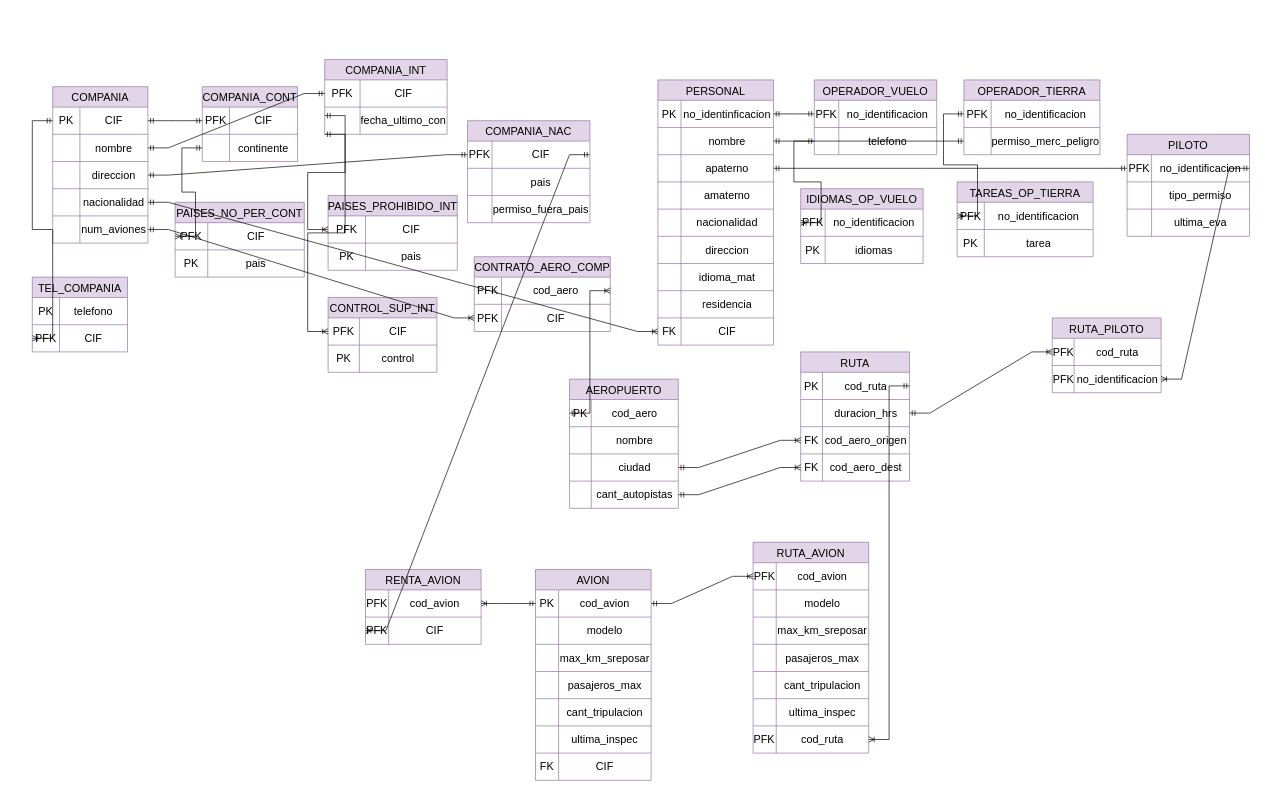
Earlier version of the draw.io diagram Modelo Relacion Aeropuerto TBD.drawio (misiomishi/itcj). Source tidied: cells renumbered, new cells numbered last; positions are measured from the earlier drawing's top-left corner, leaving out a move shared by most shapes. Both pictures are drawn from the tidied source at 68%, with x=0, y=0 at pixel (32, 59).
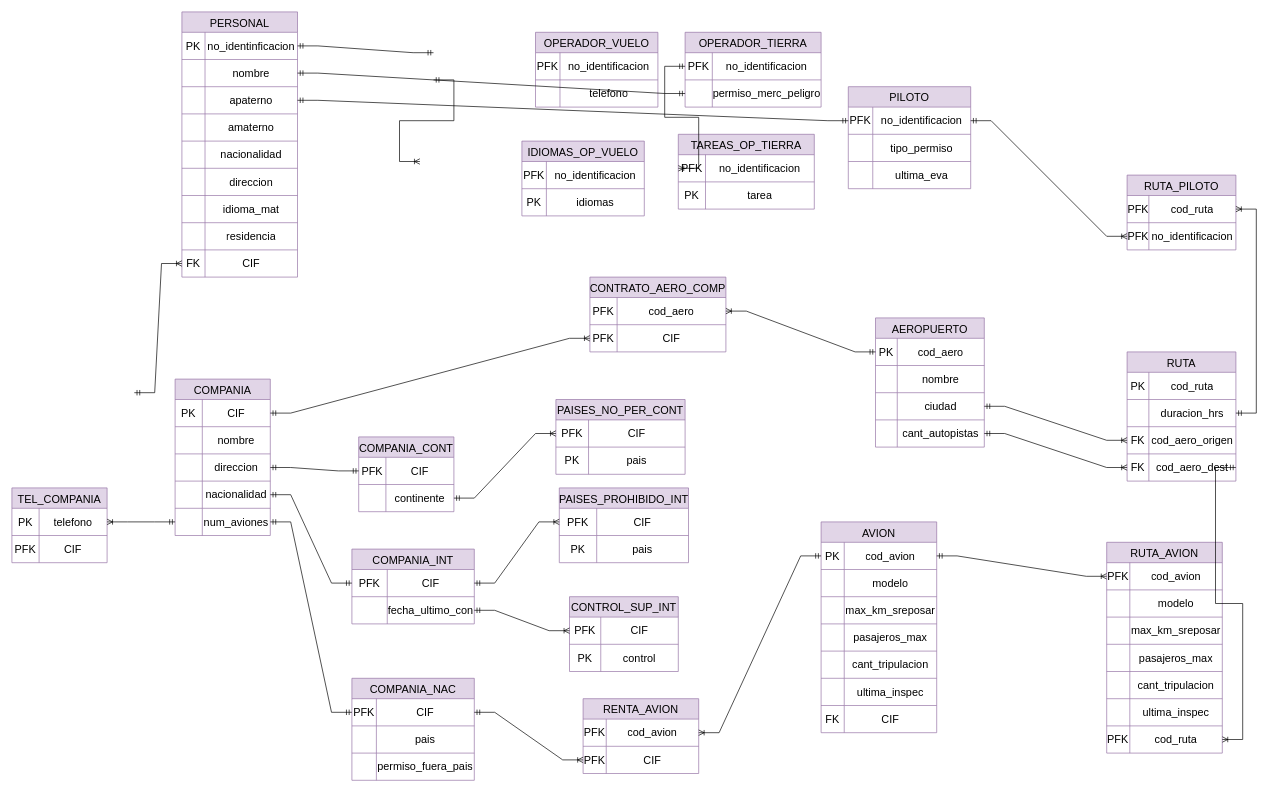
After the change.

The change refers to these unchanged cells:
```xml
<mxCell id="3" style="shape=tableRow;horizontal=0;startSize=0;swimlaneHead=0;swimlaneBody=0;strokeColor=inherit;top=0;left=0;bottom=0;right=0;fillColor=none;points=[[0,0.5],[1,0.5]];portConstraint=eastwest;fontSize=16;" parent="2" vertex="1">
<mxCell id="6" style="shape=tableRow;horizontal=0;startSize=0;swimlaneHead=0;swimlaneBody=0;strokeColor=inherit;top=0;left=0;bottom=0;right=0;fillColor=none;points=[[0,0.5],[1,0.5]];portConstraint=eastwest;fontSize=16;" parent="2" vertex="1">
<mxCell id="9" style="shape=tableRow;horizontal=0;startSize=0;swimlaneHead=0;swimlaneBody=0;strokeColor=inherit;top=0;left=0;bottom=0;right=0;fillColor=none;points=[[0,0.5],[1,0.5]];portConstraint=eastwest;fontSize=16;" parent="2" vertex="1">
<mxCell id="12" style="shape=tableRow;horizontal=0;startSize=0;swimlaneHead=0;swimlaneBody=0;strokeColor=inherit;top=0;left=0;bottom=0;right=0;fillColor=none;points=[[0,0.5],[1,0.5]];portConstraint=eastwest;fontSize=16;" parent="2" vertex="1">
<mxCell id="15" style="shape=tableRow;horizontal=0;startSize=0;swimlaneHead=0;swimlaneBody=0;strokeColor=inherit;top=0;left=0;bottom=0;right=0;fillColor=none;points=[[0,0.5],[1,0.5]];portConstraint=eastwest;fontSize=16;" parent="2" vertex="1">
<mxCell id="19" style="shape=tableRow;horizontal=0;startSize=0;swimlaneHead=0;swimlaneBody=0;strokeColor=inherit;top=0;left=0;bottom=0;right=0;fillColor=none;points=[[0,0.5],[1,0.5]];portConstraint=eastwest;fontSize=16;" parent="18" vertex="1">
<mxCell id="22" style="shape=tableRow;horizontal=0;startSize=0;swimlaneHead=0;swimlaneBody=0;strokeColor=inherit;top=0;left=0;bottom=0;right=0;fillColor=none;points=[[0,0.5],[1,0.5]];portConstraint=eastwest;fontSize=16;" parent="18" vertex="1">
<mxCell id="26" style="shape=tableRow;horizontal=0;startSize=0;swimlaneHead=0;swimlaneBody=0;strokeColor=inherit;top=0;left=0;bottom=0;right=0;fillColor=none;points=[[0,0.5],[1,0.5]];portConstraint=eastwest;fontSize=16;" parent="25" vertex="1">
<mxCell id="29" style="shape=tableRow;horizontal=0;startSize=0;swimlaneHead=0;swimlaneBody=0;strokeColor=inherit;top=0;left=0;bottom=0;right=0;fillColor=none;points=[[0,0.5],[1,0.5]];portConstraint=eastwest;fontSize=16;" parent="25" vertex="1">
<mxCell id="33" style="shape=tableRow;horizontal=0;startSize=0;swimlaneHead=0;swimlaneBody=0;strokeColor=inherit;top=0;left=0;bottom=0;right=0;fillColor=none;points=[[0,0.5],[1,0.5]];portConstraint=eastwest;fontSize=16;" parent="32" vertex="1">
<mxCell id="40" style="shape=tableRow;horizontal=0;startSize=0;swimlaneHead=0;swimlaneBody=0;strokeColor=inherit;top=0;left=0;bottom=0;right=0;fillColor=none;points=[[0,0.5],[1,0.5]];portConstraint=eastwest;fontSize=16;" parent="39" vertex="1">
<mxCell id="43" style="shape=tableRow;horizontal=0;startSize=0;swimlaneHead=0;swimlaneBody=0;strokeColor=inherit;top=0;left=0;bottom=0;right=0;fillColor=none;points=[[0,0.5],[1,0.5]];portConstraint=eastwest;fontSize=16;" parent="39" vertex="1">
<mxCell id="47" style="shape=tableRow;horizontal=0;startSize=0;swimlaneHead=0;swimlaneBody=0;strokeColor=inherit;top=0;left=0;bottom=0;right=0;fillColor=none;points=[[0,0.5],[1,0.5]];portConstraint=eastwest;fontSize=16;" parent="46" vertex="1">
<mxCell id="54" style="shape=tableRow;horizontal=0;startSize=0;swimlaneHead=0;swimlaneBody=0;strokeColor=inherit;top=0;left=0;bottom=0;right=0;fillColor=none;points=[[0,0.5],[1,0.5]];portConstraint=eastwest;fontSize=16;" parent="53" vertex="1">
<mxCell id="61" style="shape=tableRow;horizontal=0;startSize=0;swimlaneHead=0;swimlaneBody=0;strokeColor=inherit;top=0;left=0;bottom=0;right=0;fillColor=none;points=[[0,0.5],[1,0.5]];portConstraint=eastwest;fontSize=16;" parent="60" vertex="1">
<mxCell id="71" style="shape=tableRow;horizontal=0;startSize=0;swimlaneHead=0;swimlaneBody=0;strokeColor=inherit;top=0;left=0;bottom=0;right=0;fillColor=none;points=[[0,0.5],[1,0.5]];portConstraint=eastwest;fontSize=16;" parent="70" vertex="1">
<mxCell id="95" style="shape=tableRow;horizontal=0;startSize=0;swimlaneHead=0;swimlaneBody=0;strokeColor=inherit;top=0;left=0;bottom=0;right=0;fillColor=none;points=[[0,0.5],[1,0.5]];portConstraint=eastwest;fontSize=16;" parent="70" vertex="1">
<mxCell id="99" style="shape=tableRow;horizontal=0;startSize=0;swimlaneHead=0;swimlaneBody=0;strokeColor=inherit;top=0;left=0;bottom=0;right=0;fillColor=none;points=[[0,0.5],[1,0.5]];portConstraint=eastwest;fontSize=16;" parent="98" vertex="1">
<mxCell id="102" style="shape=tableRow;horizontal=0;startSize=0;swimlaneHead=0;swimlaneBody=0;strokeColor=inherit;top=0;left=0;bottom=0;right=0;fillColor=none;points=[[0,0.5],[1,0.5]];portConstraint=eastwest;fontSize=16;" parent="98" vertex="1">
<mxCell id="106" style="shape=tableRow;horizontal=0;startSize=0;swimlaneHead=0;swimlaneBody=0;strokeColor=inherit;top=0;left=0;bottom=0;right=0;fillColor=none;points=[[0,0.5],[1,0.5]];portConstraint=eastwest;fontSize=16;" parent="105" vertex="1">
<mxCell id="127" style="shape=tableRow;horizontal=0;startSize=0;swimlaneHead=0;swimlaneBody=0;strokeColor=inherit;top=0;left=0;bottom=0;right=0;fillColor=none;points=[[0,0.5],[1,0.5]];portConstraint=eastwest;fontSize=16;" parent="126" vertex="1">
<mxCell id="172" style="shape=tableRow;horizontal=0;startSize=0;swimlaneHead=0;swimlaneBody=0;strokeColor=inherit;top=0;left=0;bottom=0;right=0;fillColor=none;points=[[0,0.5],[1,0.5]];portConstraint=eastwest;fontSize=16;" parent="171" vertex="1">
<mxCell id="175" style="shape=tableRow;horizontal=0;startSize=0;swimlaneHead=0;swimlaneBody=0;strokeColor=inherit;top=0;left=0;bottom=0;right=0;fillColor=none;points=[[0,0.5],[1,0.5]];portConstraint=eastwest;fontSize=16;" parent="171" vertex="1">
<mxCell id="181" style="shape=tableRow;horizontal=0;startSize=0;swimlaneHead=0;swimlaneBody=0;strokeColor=inherit;top=0;left=0;bottom=0;right=0;fillColor=none;points=[[0,0.5],[1,0.5]];portConstraint=eastwest;fontSize=16;" parent="171" vertex="1">
<mxCell id="200" style="shape=tableRow;horizontal=0;startSize=0;swimlaneHead=0;swimlaneBody=0;strokeColor=inherit;top=0;left=0;bottom=0;right=0;fillColor=none;points=[[0,0.5],[1,0.5]];portConstraint=eastwest;fontSize=16;" parent="196" vertex="1">
<mxCell id="231" style="shape=tableRow;horizontal=0;startSize=0;swimlaneHead=0;swimlaneBody=0;strokeColor=inherit;top=0;left=0;bottom=0;right=0;fillColor=none;points=[[0,0.5],[1,0.5]];portConstraint=eastwest;fontSize=16;" parent="212" vertex="1">
<mxCell id="235" style="shape=tableRow;horizontal=0;startSize=0;swimlaneHead=0;swimlaneBody=0;strokeColor=inherit;top=0;left=0;bottom=0;right=0;fillColor=none;points=[[0,0.5],[1,0.5]];portConstraint=eastwest;fontSize=16;" parent="234" vertex="1">
<mxCell id="238" style="shape=tableRow;horizontal=0;startSize=0;swimlaneHead=0;swimlaneBody=0;strokeColor=inherit;top=0;left=0;bottom=0;right=0;fillColor=none;points=[[0,0.5],[1,0.5]];portConstraint=eastwest;fontSize=16;" parent="234" vertex="1">
```

Change to the diagram source:
```diff
@@
     <mxCell id="2" value="COMPANIA" style="shape=table;startSize=30;childLayout=tableLayout;strokeColor=#9673a6;fontSize=16;fillColor=#e1d5e7;" parent="1" vertex="1">
-      <mxGeometry x="30" y="40" width="140" height="230" as="geometry" />
+      <mxGeometry x="210" y="470" width="140" height="230" as="geometry" />
     </mxCell>
@@
     <mxCell id="18" value="TEL_COMPANIA" style="shape=table;startSize=30;childLayout=tableLayout;strokeColor=#9673a6;fontSize=16;fillColor=#e1d5e7;" parent="1" vertex="1">
-      <mxGeometry y="320" width="140" height="110" as="geometry" />
+      <mxGeometry x="-30" y="630" width="140" height="110" as="geometry" />
     </mxCell>
@@
     <mxCell id="25" value="COMPANIA_CONT" style="shape=table;startSize=30;childLayout=tableLayout;strokeColor=#9673a6;fontSize=16;fillColor=#e1d5e7;" parent="1" vertex="1">
-      <mxGeometry x="250" y="40" width="140" height="110" as="geometry" />
+      <mxGeometry x="480" y="555" width="140" height="110" as="geometry" />
     </mxCell>
@@
     <mxCell id="32" value="PAISES_NO_PER_CONT" style="shape=table;startSize=30;childLayout=tableLayout;strokeColor=#9673a6;fontSize=16;fillColor=#e1d5e7;" parent="1" vertex="1">
-      <mxGeometry x="210" y="210" width="190" height="110" as="geometry" />
+      <mxGeometry x="770" y="500" width="190" height="110" as="geometry" />
     </mxCell>
@@
     <mxCell id="39" value="COMPANIA_INT" style="shape=table;startSize=30;childLayout=tableLayout;strokeColor=#9673a6;fontSize=16;fillColor=#e1d5e7;" parent="1" vertex="1">
-      <mxGeometry x="430" width="180" height="110" as="geometry" />
+      <mxGeometry x="470" y="720" width="180" height="110" as="geometry" />
     </mxCell>
@@
     <mxCell id="46" value="PAISES_PROHIBIDO_INT" style="shape=table;startSize=30;childLayout=tableLayout;strokeColor=#9673a6;fontSize=16;fillColor=#e1d5e7;" parent="1" vertex="1">
-      <mxGeometry x="435" y="200" width="190" height="110" as="geometry" />
+      <mxGeometry x="775" y="630" width="190" height="110" as="geometry" />
     </mxCell>
@@
     <mxCell id="53" value="CONTROL_SUP_INT" style="shape=table;startSize=30;childLayout=tableLayout;strokeColor=#9673a6;fontSize=16;fillColor=#e1d5e7;" parent="1" vertex="1">
-      <mxGeometry x="435" y="350" width="160" height="110" as="geometry" />
+      <mxGeometry x="790" y="790" width="160" height="110" as="geometry" />
     </mxCell>
@@
     <mxCell id="60" value="COMPANIA_NAC" style="shape=table;startSize=30;childLayout=tableLayout;strokeColor=#9673a6;fontSize=16;fillColor=#e1d5e7;" parent="1" vertex="1">
-      <mxGeometry x="640" y="90" width="180" height="150" as="geometry" />
+      <mxGeometry x="470" y="910" width="180" height="150" as="geometry" />
     </mxCell>
@@
     <mxCell id="70" value="PERSONAL" style="shape=table;startSize=30;childLayout=tableLayout;strokeColor=#9673a6;fontSize=16;fillColor=#e1d5e7;" parent="1" vertex="1">
-      <mxGeometry x="920" y="30" width="170" height="390" as="geometry" />
+      <mxGeometry x="220" y="-70" width="170" height="390" as="geometry" />
     </mxCell>
@@
     <mxCell id="98" value="OPERADOR_VUELO" style="shape=table;startSize=30;childLayout=tableLayout;strokeColor=#9673a6;fontSize=16;fillColor=#e1d5e7;" parent="1" vertex="1">
-      <mxGeometry x="1150" y="30" width="180" height="110" as="geometry" />
+      <mxGeometry x="740" y="-40" width="180" height="110" as="geometry" />
     </mxCell>
@@
     <mxCell id="105" value="IDIOMAS_OP_VUELO" style="shape=table;startSize=30;childLayout=tableLayout;strokeColor=#9673a6;fontSize=16;fillColor=#e1d5e7;" parent="1" vertex="1">
-      <mxGeometry x="1130" y="190" width="180" height="110" as="geometry" />
+      <mxGeometry x="720" y="120" width="180" height="110" as="geometry" />
     </mxCell>
@@
     <mxCell id="112" value="OPERADOR_TIERRA" style="shape=table;startSize=30;childLayout=tableLayout;strokeColor=#9673a6;fontSize=16;fillColor=#e1d5e7;" parent="1" vertex="1">
-      <mxGeometry x="1370" y="30" width="200" height="110" as="geometry" />
+      <mxGeometry x="960" y="-40" width="200" height="110" as="geometry" />
     </mxCell>
@@
     <mxCell id="119" value="TAREAS_OP_TIERRA" style="shape=table;startSize=30;childLayout=tableLayout;strokeColor=#9673a6;fontSize=16;fillColor=#e1d5e7;" parent="1" vertex="1">
-      <mxGeometry x="1360" y="180" width="200" height="110" as="geometry" />
+      <mxGeometry x="950" y="110" width="200" height="110" as="geometry" />
     </mxCell>
@@
     <mxCell id="126" value="PILOTO" style="shape=table;startSize=30;childLayout=tableLayout;strokeColor=#9673a6;fontSize=16;fillColor=#e1d5e7;" parent="1" vertex="1">
-      <mxGeometry x="1610" y="110" width="180" height="150" as="geometry" />
+      <mxGeometry x="1200" y="40" width="180" height="150" as="geometry" />
     </mxCell>
@@
     <mxCell id="136" value="AEROPUERTO" style="shape=table;startSize=30;childLayout=tableLayout;strokeColor=#9673a6;fontSize=16;fillColor=#e1d5e7;" parent="1" vertex="1">
-      <mxGeometry x="790" y="470" width="160" height="190" as="geometry" />
+      <mxGeometry x="1240" y="380" width="160" height="190" as="geometry" />
     </mxCell>
@@
     <mxCell id="149" value="AVION" style="shape=table;startSize=30;childLayout=tableLayout;strokeColor=#9673a6;fontSize=16;fillColor=#e1d5e7;" parent="1" vertex="1">
-      <mxGeometry x="740" y="750" width="170" height="310" as="geometry" />
+      <mxGeometry x="1160" y="680" width="170" height="310" as="geometry" />
     </mxCell>
@@
     <mxCell id="171" value="RUTA" style="shape=table;startSize=30;childLayout=tableLayout;strokeColor=#9673a6;fontSize=16;fillColor=#e1d5e7;" parent="1" vertex="1">
-      <mxGeometry x="1130" y="430" width="160" height="190" as="geometry" />
+      <mxGeometry x="1610" y="430" width="160" height="190" as="geometry" />
     </mxCell>
@@
-    <mxCell id="184" style="edgeStyle=entityRelationEdgeStyle;fontSize=12;html=1;endArrow=ERoneToMany;startArrow=ERmandOne;rounded=0;exitX=0;exitY=0.5;exitDx=0;exitDy=0;entryX=0;entryY=0.5;entryDx=0;entryDy=0;" parent="1" edge="1" source="3" target="22">
-      <mxGeometry relative="1" as="geometry" />
-    </mxCell>
-    <mxCell id="185" style="edgeStyle=entityRelationEdgeStyle;fontSize=12;html=1;endArrow=ERmandOne;startArrow=ERmandOne;rounded=0;exitX=1;exitY=0.5;exitDx=0;exitDy=0;entryX=0;entryY=0.5;entryDx=0;entryDy=0;" parent="1" edge="1" source="3" target="26">
+    <mxCell id="185" style="edgeStyle=entityRelationEdgeStyle;fontSize=12;html=1;endArrow=ERmandOne;startArrow=ERmandOne;rounded=0;exitX=1;exitY=0.5;exitDx=0;exitDy=0;entryX=0;entryY=0.5;entryDx=0;entryDy=0;" parent="1" edge="1" source="9" target="26">
       <mxGeometry relative="1" as="geometry" />
     </mxCell>
-    <mxCell id="186" style="edgeStyle=entityRelationEdgeStyle;fontSize=12;html=1;endArrow=ERoneToMany;startArrow=ERmandOne;rounded=0;exitX=0;exitY=0.5;exitDx=0;exitDy=0;entryX=0;entryY=0.5;entryDx=0;entryDy=0;" parent="1" edge="1" source="29" target="33">
+    <mxCell id="186" style="edgeStyle=entityRelationEdgeStyle;fontSize=12;html=1;endArrow=ERoneToMany;startArrow=ERmandOne;rounded=0;exitX=1;exitY=0.5;exitDx=0;exitDy=0;entryX=0;entryY=0.5;entryDx=0;entryDy=0;" parent="1" edge="1" source="29" target="33">
       <mxGeometry relative="1" as="geometry" />
     </mxCell>
-    <mxCell id="187" style="edgeStyle=entityRelationEdgeStyle;fontSize=12;html=1;endArrow=ERmandOne;startArrow=ERmandOne;rounded=0;exitX=1;exitY=0.5;exitDx=0;exitDy=0;entryX=0;entryY=0.5;entryDx=0;entryDy=0;" parent="1" edge="1" source="6" target="40">
+    <mxCell id="187" style="edgeStyle=entityRelationEdgeStyle;fontSize=12;html=1;endArrow=ERmandOne;startArrow=ERmandOne;rounded=0;exitX=1;exitY=0.5;exitDx=0;exitDy=0;entryX=0;entryY=0.5;entryDx=0;entryDy=0;" parent="1" edge="1" source="12" target="40">
       <mxGeometry relative="1" as="geometry" />
     </mxCell>
-    <mxCell id="188" style="edgeStyle=entityRelationEdgeStyle;fontSize=12;html=1;endArrow=ERoneToMany;startArrow=ERmandOne;rounded=0;exitX=0;exitY=0.75;exitDx=0;exitDy=0;entryX=0;entryY=0.5;entryDx=0;entryDy=0;" parent="1" edge="1" source="39" target="47">
+    <mxCell id="188" style="edgeStyle=entityRelationEdgeStyle;fontSize=12;html=1;endArrow=ERoneToMany;startArrow=ERmandOne;rounded=0;exitX=1;exitY=0.5;exitDx=0;exitDy=0;entryX=0;entryY=0.5;entryDx=0;entryDy=0;" parent="1" edge="1" source="40" target="47">
       <mxGeometry relative="1" as="geometry" />
     </mxCell>
-    <mxCell id="189" style="edgeStyle=entityRelationEdgeStyle;fontSize=12;html=1;endArrow=ERoneToMany;startArrow=ERmandOne;rounded=0;exitX=0;exitY=1;exitDx=0;exitDy=0;entryX=0;entryY=0.5;entryDx=0;entryDy=0;" parent="1" edge="1" source="39" target="54">
+    <mxCell id="189" style="edgeStyle=entityRelationEdgeStyle;fontSize=12;html=1;endArrow=ERoneToMany;startArrow=ERmandOne;rounded=0;exitX=1;exitY=0.5;exitDx=0;exitDy=0;entryX=0;entryY=0.5;entryDx=0;entryDy=0;" parent="1" edge="1" source="43" target="54">
       <mxGeometry relative="1" as="geometry" />
     </mxCell>
-    <mxCell id="190" style="edgeStyle=entityRelationEdgeStyle;fontSize=12;html=1;endArrow=ERmandOne;startArrow=ERmandOne;rounded=0;entryX=0;entryY=0.5;entryDx=0;entryDy=0;exitX=1;exitY=0.5;exitDx=0;exitDy=0;" parent="1" edge="1" source="9" target="61">
+    <mxCell id="190" style="edgeStyle=entityRelationEdgeStyle;fontSize=12;html=1;endArrow=ERmandOne;startArrow=ERmandOne;rounded=0;entryX=0;entryY=0.5;entryDx=0;entryDy=0;exitX=1;exitY=0.5;exitDx=0;exitDy=0;" parent="1" edge="1" source="15" target="61">
       <mxGeometry relative="1" as="geometry" />
     </mxCell>
-    <mxCell id="191" style="edgeStyle=entityRelationEdgeStyle;fontSize=12;html=1;endArrow=ERmandOne;startArrow=ERmandOne;rounded=0;exitX=1;exitY=0.5;exitDx=0;exitDy=0;entryX=0;entryY=0.5;entryDx=0;entryDy=0;" parent="1" edge="1" source="71" target="99">
-      <mxGeometry relative="1" as="geometry" />
+    <mxCell id="191" style="edgeStyle=entityRelationEdgeStyle;fontSize=12;html=1;endArrow=ERmandOne;startArrow=ERmandOne;rounded=0;exitX=1;exitY=0.5;exitDx=0;exitDy=0;entryX=0;entryY=0.5;entryDx=0;entryDy=0;" parent="1" edge="1" source="71">
+      <mxGeometry relative="1" as="geometry">
+        <mxPoint x="590" y="-10" as="targetPoint" />
+      </mxGeometry>
     </mxCell>
-    <mxCell id="192" style="edgeStyle=entityRelationEdgeStyle;fontSize=12;html=1;endArrow=ERoneToMany;startArrow=ERmandOne;rounded=0;exitX=0;exitY=0.5;exitDx=0;exitDy=0;entryX=0;entryY=0.5;entryDx=0;entryDy=0;" parent="1" edge="1" source="102" target="106">
-      <mxGeometry relative="1" as="geometry" />
+    <mxCell id="192" style="edgeStyle=entityRelationEdgeStyle;fontSize=12;html=1;endArrow=ERoneToMany;startArrow=ERmandOne;rounded=0;exitX=0;exitY=0.5;exitDx=0;exitDy=0;entryX=0;entryY=0.5;entryDx=0;entryDy=0;" parent="1" edge="1">
+      <mxGeometry relative="1" as="geometry">
+        <mxPoint x="590" y="30" as="sourcePoint" />
+        <mxPoint x="570" y="150" as="targetPoint" />
+      </mxGeometry>
     </mxCell>
@@
     <mxCell id="196" value="CONTRATO_AERO_COMP" style="shape=table;startSize=30;childLayout=tableLayout;strokeColor=#9673a6;fontSize=16;fillColor=#e1d5e7;" parent="1" vertex="1">
-      <mxGeometry x="650" y="290" width="200" height="110" as="geometry" />
+      <mxGeometry x="820" y="320" width="200" height="110" as="geometry" />
     </mxCell>
@@
-    <mxCell id="204" style="edgeStyle=entityRelationEdgeStyle;fontSize=12;html=1;endArrow=ERoneToMany;startArrow=ERmandOne;rounded=0;exitX=1;exitY=0.5;exitDx=0;exitDy=0;entryX=0;entryY=0.5;entryDx=0;entryDy=0;" parent="1" edge="1" source="15" target="200">
+    <mxCell id="204" style="edgeStyle=entityRelationEdgeStyle;fontSize=12;html=1;endArrow=ERoneToMany;startArrow=ERmandOne;rounded=0;entryX=0;entryY=0.5;entryDx=0;entryDy=0;exitX=1;exitY=0.5;exitDx=0;exitDy=0;" parent="1" edge="1" source="3" target="200">
       <mxGeometry relative="1" as="geometry" />
     </mxCell>
     <mxCell id="205" value="RENTA_AVION" style="shape=table;startSize=30;childLayout=tableLayout;strokeColor=#9673a6;fontSize=16;fillColor=#e1d5e7;" parent="1" vertex="1">
-      <mxGeometry x="490" y="750" width="170" height="110" as="geometry" />
+      <mxGeometry x="810" y="940" width="170" height="110" as="geometry" />
     </mxCell>
@@
     <mxCell id="212" value="RUTA_AVION" style="shape=table;startSize=30;childLayout=tableLayout;strokeColor=#9673a6;fontSize=16;fillColor=#e1d5e7;" parent="1" vertex="1">
-      <mxGeometry x="1060" y="710" width="170" height="310" as="geometry" />
+      <mxGeometry x="1580" y="710" width="170" height="310" as="geometry" />
     </mxCell>
@@
     <mxCell id="234" value="RUTA_PILOTO" style="shape=table;startSize=30;childLayout=tableLayout;strokeColor=#9673a6;fontSize=16;fillColor=#e1d5e7;" parent="1" vertex="1">
-      <mxGeometry x="1500" y="380" width="160" height="110" as="geometry" />
+      <mxGeometry x="1610" y="170" width="160" height="110" as="geometry" />
     </mxCell>
@@
-    <mxCell id="245" style="edgeStyle=entityRelationEdgeStyle;fontSize=12;html=1;endArrow=ERoneToMany;startArrow=ERmandOne;rounded=0;exitX=1;exitY=0.5;exitDx=0;exitDy=0;entryX=1;entryY=0.5;entryDx=0;entryDy=0;" parent="1" edge="1" source="172" target="231">
+    <mxCell id="245" style="edgeStyle=entityRelationEdgeStyle;fontSize=12;html=1;endArrow=ERoneToMany;startArrow=ERmandOne;rounded=0;entryX=1;entryY=0.5;entryDx=0;entryDy=0;exitX=1;exitY=0.5;exitDx=0;exitDy=0;" parent="1" edge="1" source="181" target="231">
       <mxGeometry relative="1" as="geometry" />
     </mxCell>
-    <mxCell id="246" style="edgeStyle=entityRelationEdgeStyle;fontSize=12;html=1;endArrow=ERoneToMany;startArrow=ERmandOne;rounded=0;exitX=1;exitY=0.5;exitDx=0;exitDy=0;entryX=0;entryY=0.5;entryDx=0;entryDy=0;" parent="1" edge="1" source="175" target="235">
+    <mxCell id="246" style="edgeStyle=entityRelationEdgeStyle;fontSize=12;html=1;endArrow=ERoneToMany;startArrow=ERmandOne;rounded=0;exitX=1;exitY=0.5;exitDx=0;exitDy=0;entryX=1;entryY=0.5;entryDx=0;entryDy=0;" parent="1" edge="1" source="175" target="235">
       <mxGeometry relative="1" as="geometry" />
     </mxCell>
-    <mxCell id="247" style="edgeStyle=entityRelationEdgeStyle;fontSize=12;html=1;endArrow=ERoneToMany;startArrow=ERmandOne;rounded=0;exitX=1;exitY=0.5;exitDx=0;exitDy=0;entryX=1;entryY=0.5;entryDx=0;entryDy=0;" parent="1" edge="1" source="127" target="238">
+    <mxCell id="247" style="edgeStyle=entityRelationEdgeStyle;fontSize=12;html=1;endArrow=ERoneToMany;startArrow=ERmandOne;rounded=0;exitX=1;exitY=0.5;exitDx=0;exitDy=0;entryX=0;entryY=0.5;entryDx=0;entryDy=0;" parent="1" edge="1" source="127" target="238">
       <mxGeometry relative="1" as="geometry" />
     </mxCell>
-    <mxCell id="248" style="edgeStyle=entityRelationEdgeStyle;fontSize=12;html=1;endArrow=ERoneToMany;startArrow=ERmandOne;rounded=0;entryX=0;entryY=0.5;entryDx=0;entryDy=0;exitX=1;exitY=0.5;exitDx=0;exitDy=0;" parent="1" edge="1" source="12" target="95">
-      <mxGeometry relative="1" as="geometry" />
-    </mxCell>
@@
+    <mxCell id="250" style="edgeStyle=entityRelationEdgeStyle;fontSize=12;html=1;endArrow=ERoneToMany;startArrow=ERmandOne;rounded=0;entryX=0;entryY=0.5;entryDx=0;entryDy=0;" parent="1" edge="1" target="95">
+      <mxGeometry relative="1" as="geometry">
+        <mxPoint x="150" y="490" as="sourcePoint" />
+        <Array as="points">
+          <mxPoint x="170" y="520" />
+        </Array>
+      </mxGeometry>
+    </mxCell>
+    <mxCell id="251" style="edgeStyle=entityRelationEdgeStyle;fontSize=12;html=1;endArrow=ERoneToMany;startArrow=ERmandOne;rounded=0;exitX=0;exitY=0.5;exitDx=0;exitDy=0;entryX=1;entryY=0.5;entryDx=0;entryDy=0;" parent="1" edge="1" source="15" target="19">
+      <mxGeometry relative="1" as="geometry" />
+    </mxCell>
```
